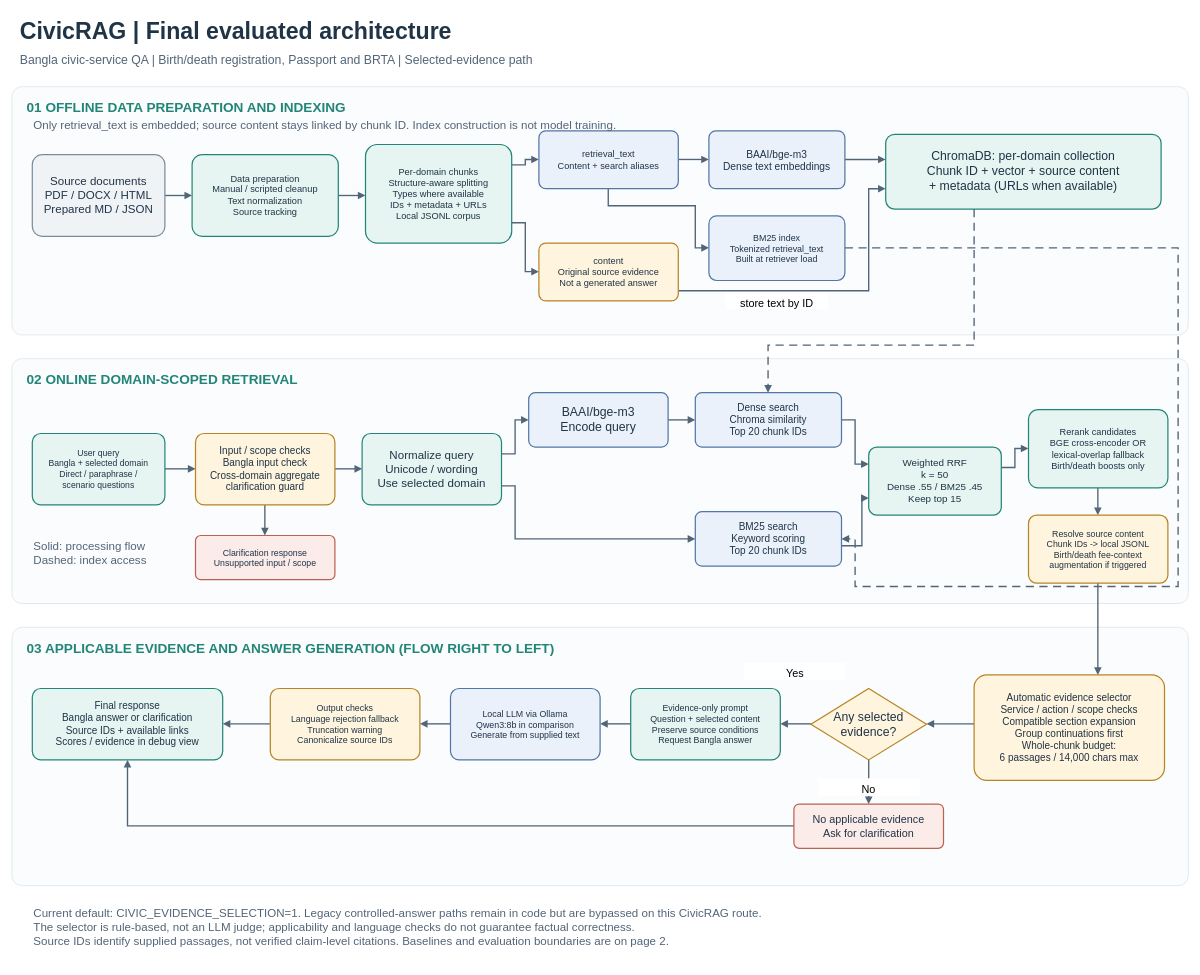
This is page "CivicRAG | Final evaluated architecture" (1 of 2) of docs/architecture/final_2026_09_25/civicrag_final_architecture.drawio from Shihabsarker93/civic_ai_rag, a draw.io file, before an edit. Source tidied: cells renumbered, new cells numbered last; positions are measured from the earlier drawing's top-left corner, leaving out a move shared by most shapes. Both pictures are drawn from the tidied source at 68%, with x=0, y=0 at pixel (12, 12).
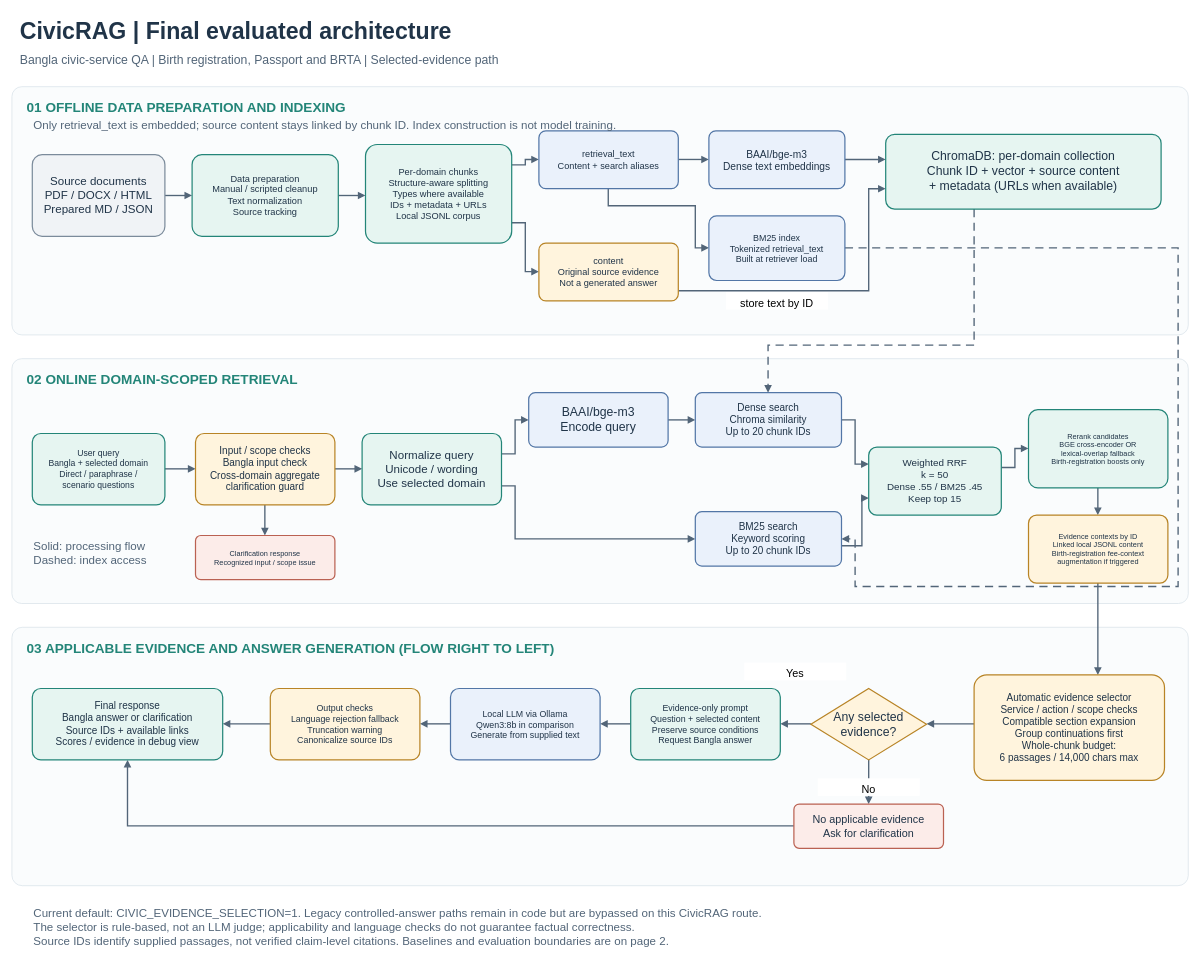
After the change.

Change to the diagram source:
```diff
@@
-    <mxCell id="3" value="Bangla civic-service QA | Birth/death registration, Passport and BRTA | Selected-evidence path" style="text;html=0;align=left;fontSize=18;fontColor=#526578;" parent="1" vertex="1">
+    <mxCell id="3" value="Bangla civic-service QA | Birth registration, Passport and BRTA | Selected-evidence path" style="text;html=0;align=left;fontSize=18;fontColor=#526578;" parent="1" vertex="1">
       <mxGeometry x="10" y="53" width="1710" height="40" as="geometry" />
     </mxCell>
@@
-    <mxCell id="53" value="Dense search&#10;Chroma similarity&#10;Top 20 chunk IDs" style="rounded=1;arcSize=12;whiteSpace=wrap;html=0;fillColor=#eaf1fb;strokeColor=#5276a6;strokeWidth=1.8;fontColor=#203448;fontSize=14.7;spacing=10;" parent="1" vertex="1">
+    <mxCell id="53" value="Dense search&#10;Chroma similarity&#10;Up to 20 chunk IDs" style="rounded=1;arcSize=12;whiteSpace=wrap;html=0;fillColor=#eaf1fb;strokeColor=#5276a6;strokeWidth=1.8;fontColor=#203448;fontSize=14.7;spacing=10;" parent="1" vertex="1">
       <mxGeometry x="1005" y="560" width="215" height="80" as="geometry" />
     </mxCell>
-    <mxCell id="54" value="BM25 search&#10;Keyword scoring&#10;Top 20 chunk IDs" style="rounded=1;arcSize=12;whiteSpace=wrap;html=0;fillColor=#eaf1fb;strokeColor=#5276a6;strokeWidth=1.8;fontColor=#203448;fontSize=14.7;spacing=10;" parent="1" vertex="1">
+    <mxCell id="54" value="BM25 search&#10;Keyword scoring&#10;Up to 20 chunk IDs" style="rounded=1;arcSize=12;whiteSpace=wrap;html=0;fillColor=#eaf1fb;strokeColor=#5276a6;strokeWidth=1.8;fontColor=#203448;fontSize=14.7;spacing=10;" parent="1" vertex="1">
       <mxGeometry x="1005" y="735" width="215" height="80" as="geometry" />
     </mxCell>
@@
-    <mxCell id="56" value="Rerank candidates&#10;BGE cross-encoder OR&#10;lexical-overlap fallback&#10;Birth/death boosts only" style="rounded=1;arcSize=12;whiteSpace=wrap;html=0;fillColor=#e6f5f1;strokeColor=#238578;strokeWidth=1.8;fontColor=#203448;fontSize=13.5;spacing=10;" parent="1" vertex="1">
+    <mxCell id="56" value="Rerank candidates&#10;BGE cross-encoder OR&#10;lexical-overlap fallback&#10;Birth-registration boosts only" style="rounded=1;arcSize=12;whiteSpace=wrap;html=0;fillColor=#e6f5f1;strokeColor=#238578;strokeWidth=1.8;fontColor=#203448;fontSize=10.8;spacing=10;" parent="1" vertex="1">
       <mxGeometry x="1495" y="585" width="205" height="115" as="geometry" />
     </mxCell>
-    <mxCell id="57" value="Resolve source content&#10;Chunk IDs -&gt; local JSONL&#10;Birth/death fee-context&#10;augmentation if triggered" style="rounded=1;arcSize=12;whiteSpace=wrap;html=0;fillColor=#fff4dd;strokeColor=#b88426;strokeWidth=1.8;fontColor=#203448;fontSize=12.9;spacing=10;" parent="1" vertex="1">
+    <mxCell id="57" value="Evidence contexts by ID&#10;Linked local JSONL content&#10;Birth-registration fee-context&#10;augmentation if triggered" style="rounded=1;arcSize=12;whiteSpace=wrap;html=0;fillColor=#fff4dd;strokeColor=#b88426;strokeWidth=1.8;fontColor=#203448;fontSize=10.8;spacing=10;" parent="1" vertex="1">
       <mxGeometry x="1495" y="740" width="205" height="100" as="geometry" />
     </mxCell>
-    <mxCell id="58" value="Clarification response&#10;Unsupported input / scope" style="rounded=1;arcSize=12;whiteSpace=wrap;html=0;fillColor=#fcece9;strokeColor=#ba6152;strokeWidth=1.8;fontColor=#203448;fontSize=12.9;spacing=10;" parent="1" vertex="1">
+    <mxCell id="58" value="Clarification response&#10;Recognized input / scope issue" style="rounded=1;arcSize=12;whiteSpace=wrap;html=0;fillColor=#fcece9;strokeColor=#ba6152;strokeWidth=1.8;fontColor=#203448;fontSize=10.8;spacing=10;" parent="1" vertex="1">
       <mxGeometry x="270" y="770" width="205" height="65" as="geometry" />
     </mxCell>
```
